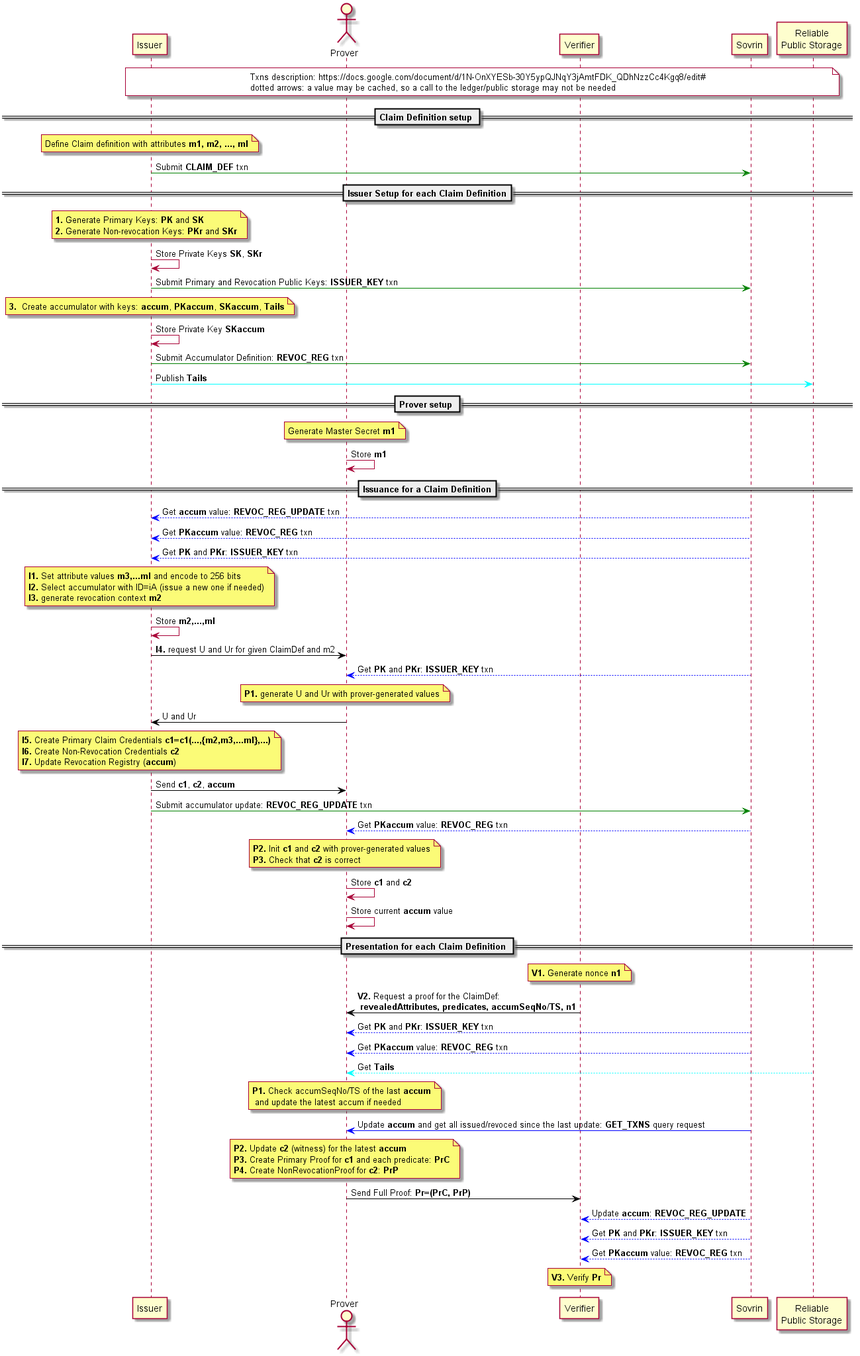
The PlantUML diagram docs/diagrams/anoncred_seq_revoc.png in hyperledger-archives/indy-anoncreds, before a commit.
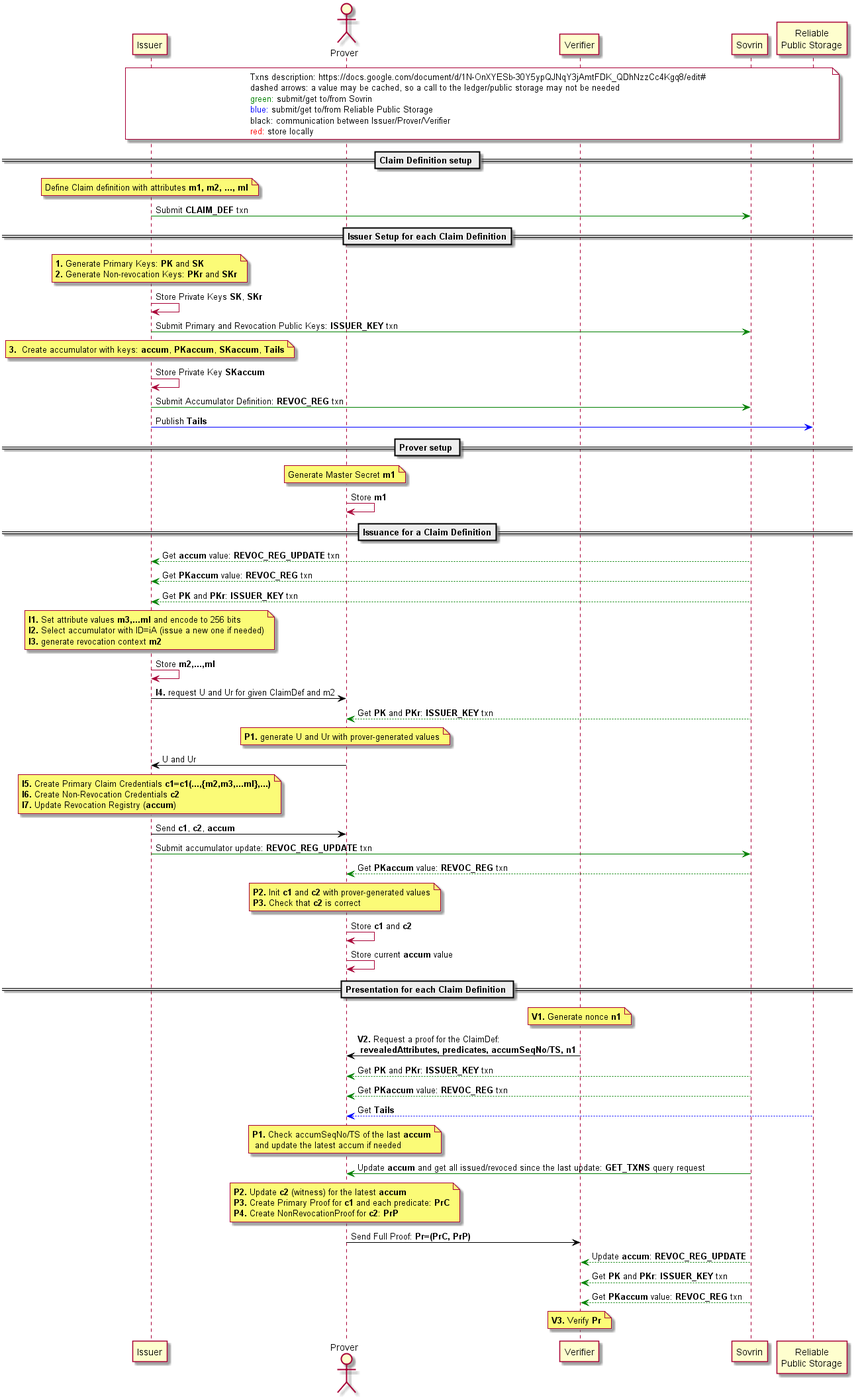
After the change.

Commit message:
update the diagram for revocation and communication with Sovrin

What changed in the source:
```diff
@@ -7,7 +7,11 @@
 
 note over I, D #white
     Txns description: https://docs.google.com/document/d/1N-OnXYESb-30Y5ypQJNqY3jAmtFDK_QDhNzzCc4Kgq8/edit#
-    dotted arrows: a value may be cached, so a call to the ledger/public storage may not be needed
+    dashed arrows: a value may be cached, so a call to the ledger/public storage may not be needed
+    <font color=green>green:</font> submit/get to/from Sovrin
+    <font color=blue>blue:</font> submit/get to/from Reliable Public Storage
+    black: communication between Issuer/Prover/Verifier
+    <font color=red>red:</font> store locally
 endnote
 
 == Claim Definition setup ==
@@ -31,7 +35,7 @@
 
 I -[#green]> S: Submit Accumulator Definition: **REVOC_REG** txn
 
-I -[#cyan]> D: Publish **Tails**
+I -[#blue]> D: Publish **Tails**
 
 
 == Prover setup ==
@@ -42,11 +46,11 @@
 
 == Issuance for a Claim Definition==
 
-S -[#blue]-> I: Get **accum** value: **REVOC_REG_UPDATE** txn
+S -[#green]-> I: Get **accum** value: **REVOC_REG_UPDATE** txn
 
-S -[#blue]-> I: Get **PKaccum** value: **REVOC_REG** txn
+S -[#green]-> I: Get **PKaccum** value: **REVOC_REG** txn
 
-S -[#blue]-> I: Get **PK** and **PKr**: **ISSUER_KEY** txn
+S -[#green]-> I: Get **PK** and **PKr**: **ISSUER_KEY** txn
 
 note over I
     **I1.** Set attribute values **m3,...ml** and encode to 256 bits
@@ -58,7 +62,7 @@
 
 I -[#black]> P: **I4.** request U and Ur for given ClaimDef and m2
 
-S -[#blue]-> P: Get **PK** and **PKr**: **ISSUER_KEY** txn
+S -[#green]-> P: Get **PK** and **PKr**: **ISSUER_KEY** txn
 
 note over P: **P1.** generate U and Ur with prover-generated values
 
@@ -74,7 +78,7 @@
 
 I -[#green]> S: Submit accumulator update: **REVOC_REG_UPDATE** txn
 
-S -[#blue]-> P: Get **PKaccum** value: **REVOC_REG** txn
+S -[#green]-> P: Get **PKaccum** value: **REVOC_REG** txn
 
 note over P
     **P2.** Init **c1** and **c2** with prover-generated values
@@ -91,15 +95,15 @@
 
 V -[#black]> P: **V2.** Request a proof for the ClaimDef:\n **revealedAttributes, predicates, accumSeqNo/TS, n1**
 
-S -[#blue]-> P: Get **PK** and **PKr**: **ISSUER_KEY** txn
+S -[#green]-> P: Get **PK** and **PKr**: **ISSUER_KEY** txn
 
-S -[#blue]-> P: Get **PKaccum** value: **REVOC_REG** txn
+S -[#green]-> P: Get **PKaccum** value: **REVOC_REG** txn
 
-D -[#cyan]-> P: Get **Tails**
+D -[#blue]-> P: Get **Tails**
 
 note over P: **P1.** Check accumSeqNo/TS of the last **accum**\n and update the latest accum if needed
 
-S -[#blue]> P: Update **accum** and get all issued/revoced since the last update: **GET_TXNS** query request
+S -[#green]> P: Update **accum** and get all issued/revoced since the last update: **GET_TXNS** query request
 
 note over P
     **P2.** Update **c2** (witness) for the latest **accum**
@@ -109,11 +113,11 @@
 
 P -[#black]> V: Send Full Proof: **Pr=(PrC, PrP)**
 
-S -[#blue]-> V: Update **accum**: **REVOC_REG_UPDATE**
+S -[#green]-> V: Update **accum**: **REVOC_REG_UPDATE**
 
-S -[#blue]-> V: Get **PK** and **PKr**: **ISSUER_KEY** txn
+S -[#green]-> V: Get **PK** and **PKr**: **ISSUER_KEY** txn
 
-S -[#blue]-> V: Get **PKaccum** value: **REVOC_REG** txn
+S -[#green]-> V: Get **PKaccum** value: **REVOC_REG** txn
 
 note over V: **V3.** Verify **Pr**
 
```
